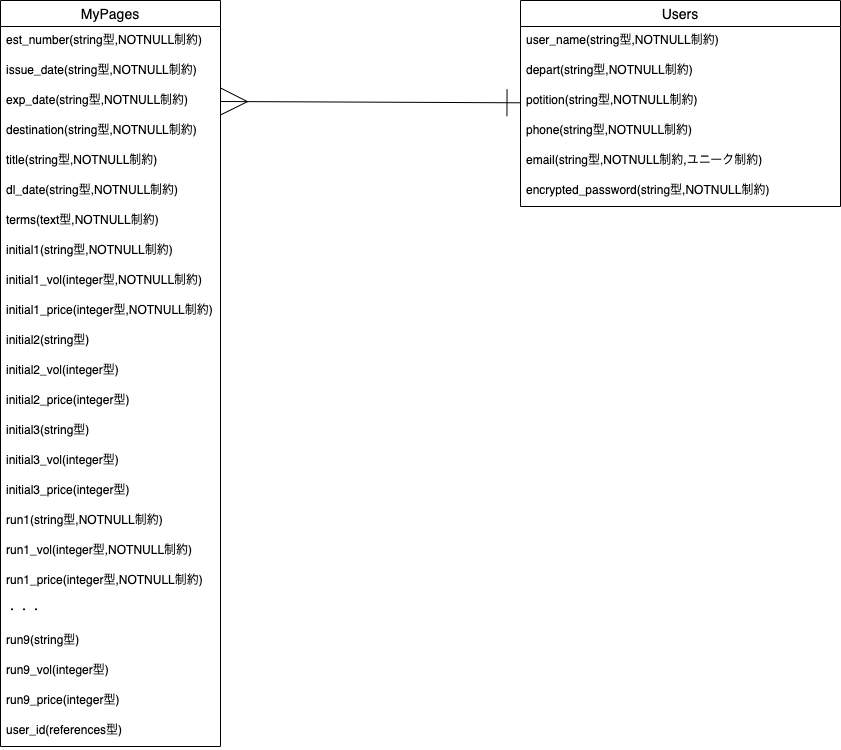
Above: ER.png in fe3524/est-portal (draw.io), before the change. Source tidied: cells renumbered, new cells last; positions are measured from the earlier drawing's top-left corner, leaving out a move shared by most shapes.
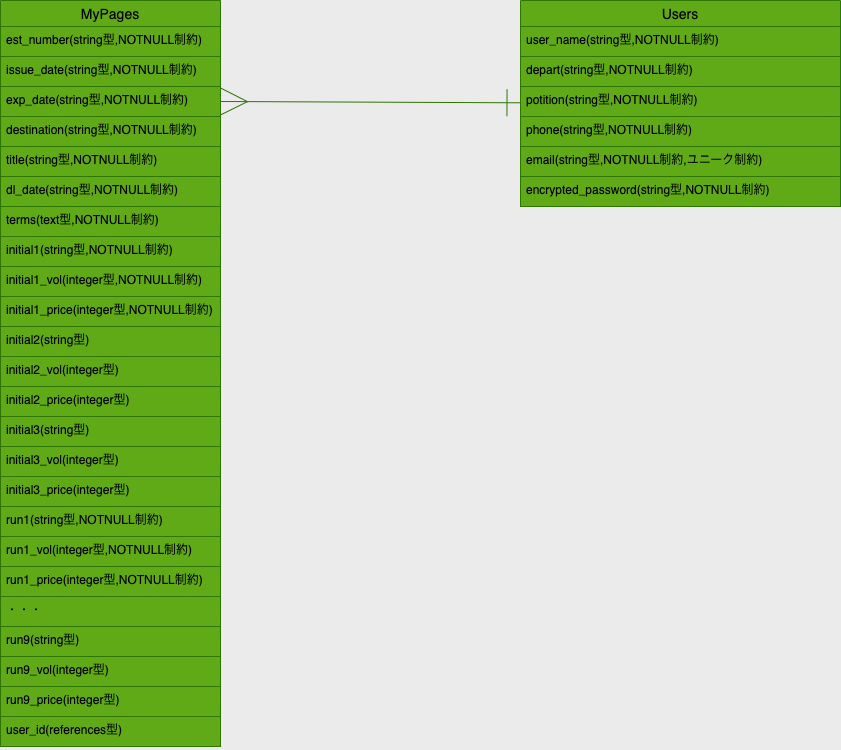
The same diagram one commit later.

Diff of the diagram source:
```diff
@@ -1,104 +1,104 @@
-<mxGraphModel>
+<mxGraphModel background="#EBEBEB">
   <root>
     <mxCell id="0" />
     <mxCell id="1" parent="0" />
-    <mxCell id="2" style="edgeStyle=none;html=1;entryX=1;entryY=0.5;entryDx=0;entryDy=0;endArrow=ERmany;endFill=0;endSize=25;startArrow=ERone;startFill=0;startSize=25;" parent="1" edge="1" source="3" target="13">
+    <mxCell id="2" style="edgeStyle=none;html=1;entryX=1;entryY=0.5;entryDx=0;entryDy=0;endArrow=ERmany;endFill=0;endSize=25;startArrow=ERone;startFill=0;startSize=25;fontColor=#000000;fillColor=#60a917;strokeColor=#2D7600;labelBorderColor=none;" parent="1" edge="1" source="3" target="13">
       <mxGeometry relative="1" as="geometry" />
     </mxCell>
-    <mxCell id="3" value="Users" style="swimlane;fontStyle=0;horizontal=1;startSize=26;align=center;fontSize=14;" parent="1" vertex="1">
+    <mxCell id="3" value="Users" style="swimlane;fontStyle=0;horizontal=1;startSize=26;align=center;fontSize=14;fillColor=#60a917;strokeColor=#2D7600;fontColor=#000000;labelBorderColor=none;" parent="1" vertex="1">
       <mxGeometry x="520" width="320" height="206" as="geometry" />
     </mxCell>
-    <mxCell id="4" value="user_name(string型,NOTNULL制約)" style="text;strokeColor=none;fillColor=none;spacingLeft=4;spacingRight=4;overflow=hidden;fontSize=12;" parent="3" vertex="1">
+    <mxCell id="4" value="user_name(string型,NOTNULL制約)" style="text;spacingLeft=4;spacingRight=4;overflow=hidden;fontSize=12;fillColor=#60a917;strokeColor=#2D7600;fontColor=#000000;labelBorderColor=none;" parent="3" vertex="1">
       <mxGeometry y="26" width="320" height="30" as="geometry" />
     </mxCell>
-    <mxCell id="5" value="depart(string型,NOTNULL制約)" style="text;strokeColor=none;fillColor=none;spacingLeft=4;spacingRight=4;overflow=hidden;fontSize=12;" parent="3" vertex="1">
+    <mxCell id="5" value="depart(string型,NOTNULL制約)" style="text;spacingLeft=4;spacingRight=4;overflow=hidden;fontSize=12;fillColor=#60a917;strokeColor=#2D7600;fontColor=#000000;labelBorderColor=none;" parent="3" vertex="1">
       <mxGeometry y="56" width="320" height="30" as="geometry" />
     </mxCell>
-    <mxCell id="6" value="potition(string型,NOTNULL制約)" style="text;strokeColor=none;fillColor=none;spacingLeft=4;spacingRight=4;overflow=hidden;fontSize=12;" parent="3" vertex="1">
+    <mxCell id="6" value="potition(string型,NOTNULL制約)" style="text;spacingLeft=4;spacingRight=4;overflow=hidden;fontSize=12;fillColor=#60a917;strokeColor=#2D7600;fontColor=#000000;labelBorderColor=none;" parent="3" vertex="1">
       <mxGeometry y="86" width="320" height="30" as="geometry" />
     </mxCell>
-    <mxCell id="7" value="phone(string型,NOTNULL制約)" style="text;strokeColor=none;fillColor=none;spacingLeft=4;spacingRight=4;overflow=hidden;fontSize=12;" parent="3" vertex="1">
+    <mxCell id="7" value="phone(string型,NOTNULL制約)" style="text;spacingLeft=4;spacingRight=4;overflow=hidden;fontSize=12;fillColor=#60a917;strokeColor=#2D7600;fontColor=#000000;labelBorderColor=none;" parent="3" vertex="1">
       <mxGeometry y="116" width="320" height="30" as="geometry" />
     </mxCell>
-    <mxCell id="8" value="email(string型,NOTNULL制約,ユニーク制約)" style="text;strokeColor=none;fillColor=none;spacingLeft=4;spacingRight=4;overflow=hidden;fontSize=12;" parent="3" vertex="1">
+    <mxCell id="8" value="email(string型,NOTNULL制約,ユニーク制約)" style="text;spacingLeft=4;spacingRight=4;overflow=hidden;fontSize=12;fillColor=#60a917;strokeColor=#2D7600;fontColor=#000000;labelBorderColor=none;" parent="3" vertex="1">
       <mxGeometry y="146" width="320" height="30" as="geometry" />
     </mxCell>
-    <mxCell id="9" value="encrypted_password(string型,NOTNULL制約)" style="text;strokeColor=none;fillColor=none;spacingLeft=4;spacingRight=4;overflow=hidden;fontSize=12;" parent="3" vertex="1">
+    <mxCell id="9" value="encrypted_password(string型,NOTNULL制約)" style="text;spacingLeft=4;spacingRight=4;overflow=hidden;fontSize=12;fillColor=#60a917;strokeColor=#2D7600;fontColor=#000000;labelBorderColor=none;" parent="3" vertex="1">
       <mxGeometry y="176" width="320" height="30" as="geometry" />
     </mxCell>
-    <mxCell id="10" value="MyPages" style="swimlane;fontStyle=0;horizontal=1;startSize=26;align=center;fontSize=14;" parent="1" vertex="1">
+    <mxCell id="10" value="MyPages" style="swimlane;fontStyle=0;horizontal=1;startSize=26;align=center;fontSize=14;fillColor=#60a917;strokeColor=#2D7600;fontColor=#000000;labelBorderColor=none;" parent="1" vertex="1">
       <mxGeometry width="220" height="746" as="geometry" />
     </mxCell>
-    <mxCell id="11" value="est_number(string型,NOTNULL制約)" style="text;strokeColor=none;fillColor=none;spacingLeft=4;spacingRight=4;overflow=hidden;fontSize=12;" parent="10" vertex="1">
+    <mxCell id="11" value="est_number(string型,NOTNULL制約)" style="text;spacingLeft=4;spacingRight=4;overflow=hidden;fontSize=12;fillColor=#60a917;strokeColor=#2D7600;fontColor=#000000;labelBorderColor=none;" parent="10" vertex="1">
       <mxGeometry y="26" width="220" height="30" as="geometry" />
     </mxCell>
-    <mxCell id="12" value="issue_date(string型,NOTNULL制約)" style="text;strokeColor=none;fillColor=none;spacingLeft=4;spacingRight=4;overflow=hidden;fontSize=12;" parent="10" vertex="1">
+    <mxCell id="12" value="issue_date(string型,NOTNULL制約)" style="text;spacingLeft=4;spacingRight=4;overflow=hidden;fontSize=12;fillColor=#60a917;strokeColor=#2D7600;fontColor=#000000;labelBorderColor=none;" parent="10" vertex="1">
       <mxGeometry y="56" width="220" height="30" as="geometry" />
     </mxCell>
-    <mxCell id="13" value="exp_date(string型,NOTNULL制約)" style="text;strokeColor=none;fillColor=none;spacingLeft=4;spacingRight=4;overflow=hidden;points=[[0,0.5],[1,0.5]];portConstraint=eastwest;fontSize=12;" parent="10" vertex="1">
+    <mxCell id="13" value="exp_date(string型,NOTNULL制約)" style="text;spacingLeft=4;spacingRight=4;overflow=hidden;points=[[0,0.5],[1,0.5]];portConstraint=eastwest;fontSize=12;fillColor=#60a917;strokeColor=#2D7600;fontColor=#000000;labelBorderColor=none;" parent="10" vertex="1">
       <mxGeometry y="86" width="220" height="30" as="geometry" />
     </mxCell>
-    <mxCell id="14" value="destination(string型,NOTNULL制約)" style="text;strokeColor=none;fillColor=none;spacingLeft=4;spacingRight=4;overflow=hidden;fontSize=12;" parent="10" vertex="1">
+    <mxCell id="14" value="destination(string型,NOTNULL制約)" style="text;spacingLeft=4;spacingRight=4;overflow=hidden;fontSize=12;fillColor=#60a917;strokeColor=#2D7600;fontColor=#000000;labelBorderColor=none;" parent="10" vertex="1">
       <mxGeometry y="116" width="220" height="30" as="geometry" />
     </mxCell>
-    <mxCell id="15" value="title(string型,NOTNULL制約)" style="text;strokeColor=none;fillColor=none;spacingLeft=4;spacingRight=4;overflow=hidden;fontSize=12;" parent="10" vertex="1">
+    <mxCell id="15" value="title(string型,NOTNULL制約)" style="text;spacingLeft=4;spacingRight=4;overflow=hidden;fontSize=12;fillColor=#60a917;strokeColor=#2D7600;fontColor=#000000;labelBorderColor=none;" parent="10" vertex="1">
       <mxGeometry y="146" width="220" height="30" as="geometry" />
     </mxCell>
-    <mxCell id="16" value="dl_date(string型,NOTNULL制約)" style="text;strokeColor=none;fillColor=none;spacingLeft=4;spacingRight=4;overflow=hidden;fontSize=12;" parent="10" vertex="1">
+    <mxCell id="16" value="dl_date(string型,NOTNULL制約)" style="text;spacingLeft=4;spacingRight=4;overflow=hidden;fontSize=12;fillColor=#60a917;strokeColor=#2D7600;fontColor=#000000;labelBorderColor=none;" parent="10" vertex="1">
       <mxGeometry y="176" width="220" height="30" as="geometry" />
     </mxCell>
-    <mxCell id="17" value="terms(text型,NOTNULL制約)" style="text;strokeColor=none;fillColor=none;spacingLeft=4;spacingRight=4;overflow=hidden;fontSize=12;" parent="10" vertex="1">
+    <mxCell id="17" value="terms(text型,NOTNULL制約)" style="text;spacingLeft=4;spacingRight=4;overflow=hidden;fontSize=12;fillColor=#60a917;strokeColor=#2D7600;fontColor=#000000;labelBorderColor=none;" parent="10" vertex="1">
       <mxGeometry y="206" width="220" height="30" as="geometry" />
     </mxCell>
-    <mxCell id="18" value="initial1(string型,NOTNULL制約)" style="text;strokeColor=none;fillColor=none;spacingLeft=4;spacingRight=4;overflow=hidden;fontSize=12;" parent="10" vertex="1">
+    <mxCell id="18" value="initial1(string型,NOTNULL制約)" style="text;spacingLeft=4;spacingRight=4;overflow=hidden;fontSize=12;fillColor=#60a917;strokeColor=#2D7600;fontColor=#000000;labelBorderColor=none;" parent="10" vertex="1">
       <mxGeometry y="236" width="220" height="30" as="geometry" />
     </mxCell>
-    <mxCell id="19" value="initial1_vol(integer型,NOTNULL制約)" style="text;strokeColor=none;fillColor=none;spacingLeft=4;spacingRight=4;overflow=hidden;fontSize=12;" parent="10" vertex="1">
+    <mxCell id="19" value="initial1_vol(integer型,NOTNULL制約)" style="text;spacingLeft=4;spacingRight=4;overflow=hidden;fontSize=12;fillColor=#60a917;strokeColor=#2D7600;fontColor=#000000;labelBorderColor=none;" parent="10" vertex="1">
       <mxGeometry y="266" width="220" height="30" as="geometry" />
     </mxCell>
-    <mxCell id="20" value="initial1_price(integer型,NOTNULL制約)" style="text;strokeColor=none;fillColor=none;spacingLeft=4;spacingRight=4;overflow=hidden;fontSize=12;" parent="10" vertex="1">
+    <mxCell id="20" value="initial1_price(integer型,NOTNULL制約)" style="text;spacingLeft=4;spacingRight=4;overflow=hidden;fontSize=12;fillColor=#60a917;strokeColor=#2D7600;fontColor=#000000;labelBorderColor=none;" parent="10" vertex="1">
       <mxGeometry y="296" width="220" height="30" as="geometry" />
     </mxCell>
-    <mxCell id="21" value="initial2(string型)&#10;" style="text;strokeColor=none;fillColor=none;spacingLeft=4;spacingRight=4;overflow=hidden;fontSize=12;" parent="10" vertex="1">
+    <mxCell id="21" value="initial2(string型)&#10;" style="text;spacingLeft=4;spacingRight=4;overflow=hidden;fontSize=12;fillColor=#60a917;strokeColor=#2D7600;fontColor=#000000;labelBorderColor=none;" parent="10" vertex="1">
       <mxGeometry y="326" width="220" height="30" as="geometry" />
     </mxCell>
-    <mxCell id="22" value="initial2_vol(integer型)" style="text;strokeColor=none;fillColor=none;spacingLeft=4;spacingRight=4;overflow=hidden;fontSize=12;" parent="10" vertex="1">
+    <mxCell id="22" value="initial2_vol(integer型)" style="text;spacingLeft=4;spacingRight=4;overflow=hidden;fontSize=12;fillColor=#60a917;strokeColor=#2D7600;fontColor=#000000;labelBorderColor=none;" parent="10" vertex="1">
       <mxGeometry y="356" width="220" height="30" as="geometry" />
     </mxCell>
-    <mxCell id="23" value="initial2_price(integer型)" style="text;strokeColor=none;fillColor=none;spacingLeft=4;spacingRight=4;overflow=hidden;fontSize=12;" parent="10" vertex="1">
+    <mxCell id="23" value="initial2_price(integer型)" style="text;spacingLeft=4;spacingRight=4;overflow=hidden;fontSize=12;fillColor=#60a917;strokeColor=#2D7600;fontColor=#000000;labelBorderColor=none;" parent="10" vertex="1">
       <mxGeometry y="386" width="220" height="30" as="geometry" />
     </mxCell>
-    <mxCell id="24" value="initial3(string型)" style="text;strokeColor=none;fillColor=none;spacingLeft=4;spacingRight=4;overflow=hidden;fontSize=12;" parent="10" vertex="1">
+    <mxCell id="24" value="initial3(string型)" style="text;spacingLeft=4;spacingRight=4;overflow=hidden;fontSize=12;fillColor=#60a917;strokeColor=#2D7600;fontColor=#000000;labelBorderColor=none;" parent="10" vertex="1">
       <mxGeometry y="416" width="220" height="30" as="geometry" />
     </mxCell>
-    <mxCell id="25" value="initial3_vol(integer型)" style="text;strokeColor=none;fillColor=none;spacingLeft=4;spacingRight=4;overflow=hidden;fontSize=12;" parent="10" vertex="1">
+    <mxCell id="25" value="initial3_vol(integer型)" style="text;spacingLeft=4;spacingRight=4;overflow=hidden;fontSize=12;fillColor=#60a917;strokeColor=#2D7600;fontColor=#000000;labelBorderColor=none;" parent="10" vertex="1">
       <mxGeometry y="446" width="220" height="30" as="geometry" />
     </mxCell>
-    <mxCell id="26" value="initial3_price(integer型)" style="text;strokeColor=none;fillColor=none;spacingLeft=4;spacingRight=4;overflow=hidden;fontSize=12;" parent="10" vertex="1">
+    <mxCell id="26" value="initial3_price(integer型)" style="text;spacingLeft=4;spacingRight=4;overflow=hidden;fontSize=12;fillColor=#60a917;strokeColor=#2D7600;fontColor=#000000;labelBorderColor=none;" parent="10" vertex="1">
       <mxGeometry y="476" width="220" height="30" as="geometry" />
     </mxCell>
-    <mxCell id="27" value="run1(string型,NOTNULL制約)" style="text;strokeColor=none;fillColor=none;spacingLeft=4;spacingRight=4;overflow=hidden;fontSize=12;" parent="10" vertex="1">
+    <mxCell id="27" value="run1(string型,NOTNULL制約)" style="text;spacingLeft=4;spacingRight=4;overflow=hidden;fontSize=12;fillColor=#60a917;strokeColor=#2D7600;fontColor=#000000;labelBorderColor=none;" parent="10" vertex="1">
       <mxGeometry y="506" width="220" height="30" as="geometry" />
     </mxCell>
-    <mxCell id="28" value="run1_vol(integer型,NOTNULL制約)" style="text;strokeColor=none;fillColor=none;spacingLeft=4;spacingRight=4;overflow=hidden;fontSize=12;" parent="10" vertex="1">
+    <mxCell id="28" value="run1_vol(integer型,NOTNULL制約)" style="text;spacingLeft=4;spacingRight=4;overflow=hidden;fontSize=12;fillColor=#60a917;strokeColor=#2D7600;fontColor=#000000;labelBorderColor=none;" parent="10" vertex="1">
       <mxGeometry y="536" width="220" height="30" as="geometry" />
     </mxCell>
-    <mxCell id="29" value="run1_price(integer型,NOTNULL制約)" style="text;strokeColor=none;fillColor=none;spacingLeft=4;spacingRight=4;overflow=hidden;fontSize=12;" parent="10" vertex="1">
+    <mxCell id="29" value="run1_price(integer型,NOTNULL制約)" style="text;spacingLeft=4;spacingRight=4;overflow=hidden;fontSize=12;fillColor=#60a917;strokeColor=#2D7600;fontColor=#000000;labelBorderColor=none;" parent="10" vertex="1">
       <mxGeometry y="566" width="220" height="30" as="geometry" />
     </mxCell>
-    <mxCell id="30" value="・・・" style="text;strokeColor=none;fillColor=none;spacingLeft=4;spacingRight=4;overflow=hidden;fontSize=12;" parent="10" vertex="1">
+    <mxCell id="30" value="・・・" style="text;spacingLeft=4;spacingRight=4;overflow=hidden;fontSize=12;fillColor=#60a917;strokeColor=#2D7600;fontColor=#000000;labelBorderColor=none;" parent="10" vertex="1">
       <mxGeometry y="596" width="220" height="30" as="geometry" />
     </mxCell>
-    <mxCell id="31" value="run9(string型)" style="text;strokeColor=none;fillColor=none;spacingLeft=4;spacingRight=4;overflow=hidden;fontSize=12;" parent="10" vertex="1">
+    <mxCell id="31" value="run9(string型)" style="text;spacingLeft=4;spacingRight=4;overflow=hidden;fontSize=12;fillColor=#60a917;strokeColor=#2D7600;fontColor=#000000;labelBorderColor=none;" parent="10" vertex="1">
       <mxGeometry y="626" width="220" height="30" as="geometry" />
     </mxCell>
-    <mxCell id="32" value="run9_vol(integer型)" style="text;strokeColor=none;fillColor=none;spacingLeft=4;spacingRight=4;overflow=hidden;fontSize=12;" parent="10" vertex="1">
+    <mxCell id="32" value="run9_vol(integer型)" style="text;spacingLeft=4;spacingRight=4;overflow=hidden;fontSize=12;fillColor=#60a917;strokeColor=#2D7600;fontColor=#000000;labelBorderColor=none;" parent="10" vertex="1">
       <mxGeometry y="656" width="220" height="30" as="geometry" />
     </mxCell>
-    <mxCell id="33" value="run9_price(integer型)" style="text;strokeColor=none;fillColor=none;spacingLeft=4;spacingRight=4;overflow=hidden;fontSize=12;" parent="10" vertex="1">
+    <mxCell id="33" value="run9_price(integer型)" style="text;spacingLeft=4;spacingRight=4;overflow=hidden;fontSize=12;fillColor=#60a917;strokeColor=#2D7600;fontColor=#000000;labelBorderColor=none;" parent="10" vertex="1">
       <mxGeometry y="686" width="220" height="30" as="geometry" />
     </mxCell>
-    <mxCell id="34" value="user_id(references型)" style="text;strokeColor=none;fillColor=none;spacingLeft=4;spacingRight=4;overflow=hidden;fontSize=12;" parent="10" vertex="1">
+    <mxCell id="34" value="user_id(references型)" style="text;spacingLeft=4;spacingRight=4;overflow=hidden;fontSize=12;fillColor=#60a917;strokeColor=#2D7600;fontColor=#000000;labelBorderColor=none;" parent="10" vertex="1">
       <mxGeometry y="716" width="220" height="30" as="geometry" />
     </mxCell>
   </root>
```
